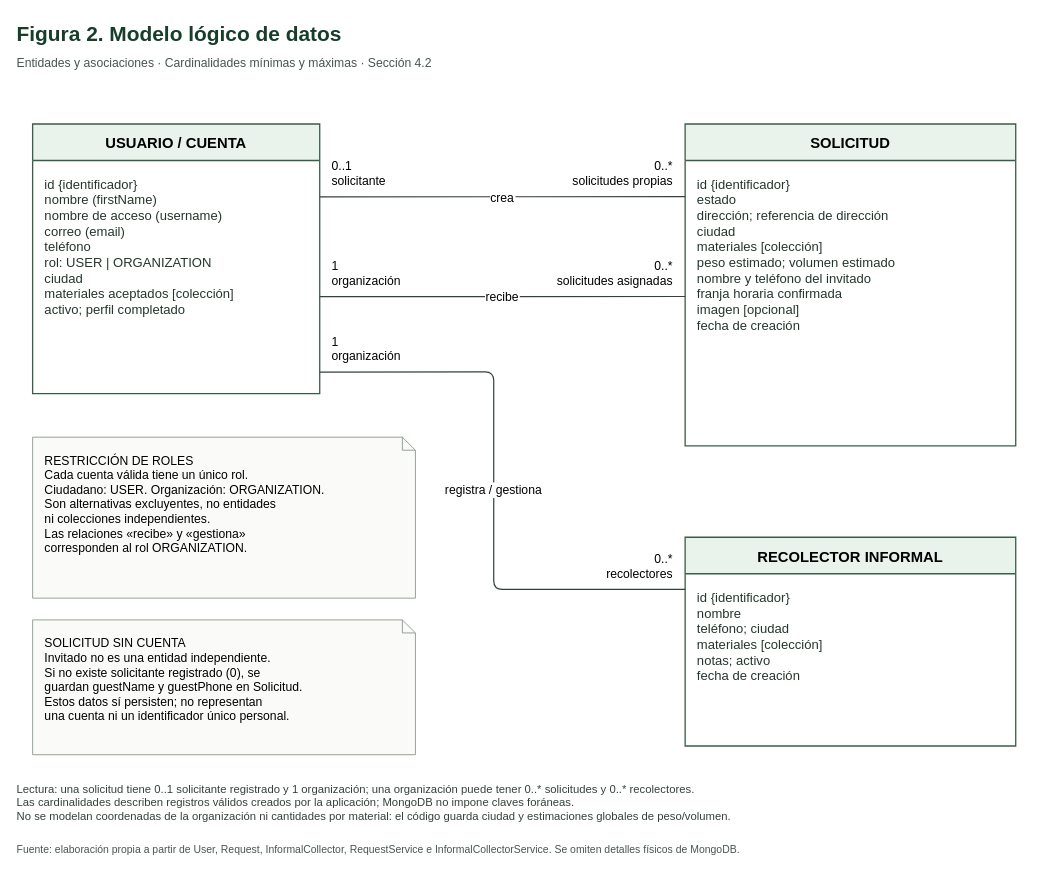
fedegonc/residuosolido keeps this draw.io diagram as docs/diagrams/figura2-modelo-logico.drawio. Above is the earlier version. Source tidied: cells renumbered, new cells numbered last; positions are measured from the earlier drawing's top-left corner, leaving out a move shared by most shapes. Both pictures are drawn from the tidied source at 87%, with x=0, y=0 at pixel (15, 15).
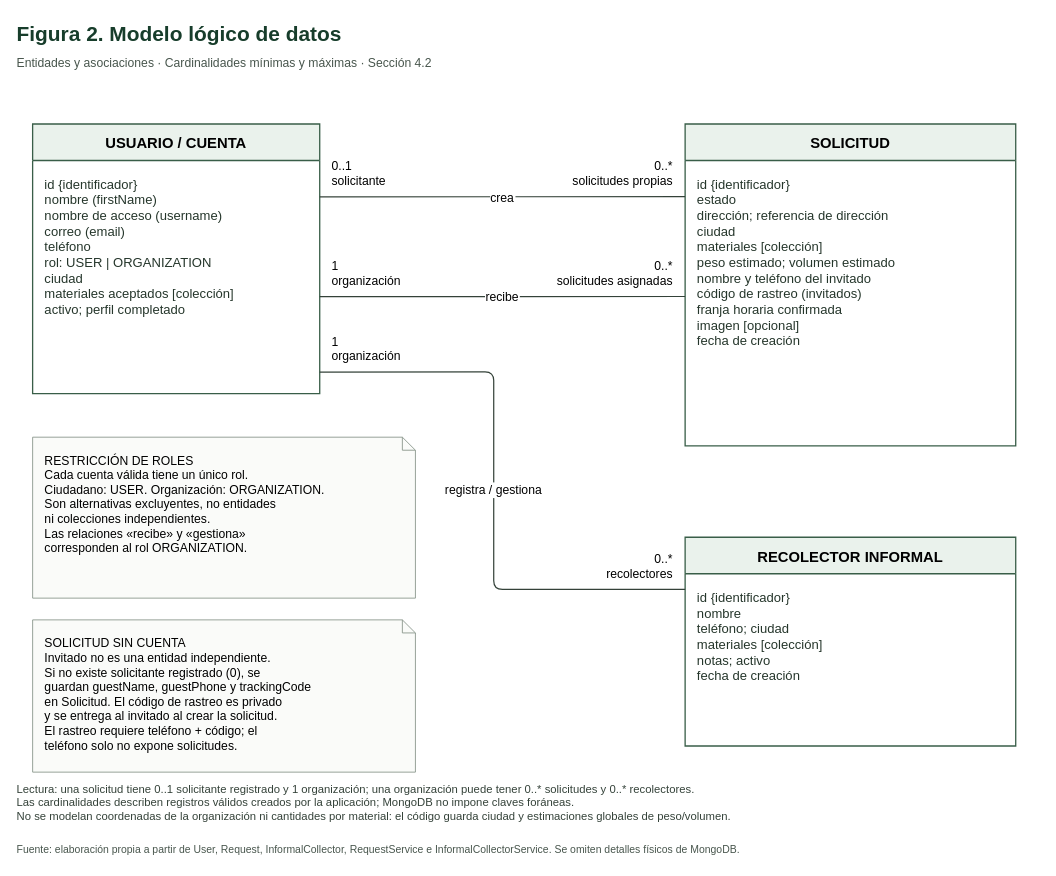
Above is the later version.

Commit message (it also covers changes not shown here):
docs: actualizar diagramas con código de rastreo y relaciones <<include>>

The change refers to these unchanged cells:
```xml
<mxCell id="6" value="SOLICITUD" style="swimlane;startSize=42;horizontal=1;rounded=0;html=0;fontFamily=Helvetica;fontSize=17;fontStyle=1;fillColor=#eaf2ec;swimlaneFillColor=#ffffff;strokeColor=#395e48;strokeWidth=1.5;" parent="1" vertex="1">
  <mxGeometry x="770" y="125" width="380" height="370" as="geometry" />
</mxCell>
```

The edit, as a diff of the source:
```diff
@@
-    <mxCell id="7" value="id {identificador}&#10;estado&#10;dirección; referencia de dirección&#10;ciudad&#10;materiales [colección]&#10;peso estimado; volumen estimado&#10;nombre y teléfono del invitado&#10;franja horaria confirmada&#10;imagen [opcional]&#10;fecha de creación" style="text;html=0;whiteSpace=wrap;align=left;verticalAlign=top;spacing=14;fontFamily=Helvetica;fontSize=15;fontColor=#25362b;" parent="6" vertex="1">
+    <mxCell id="7" value="id {identificador}&#10;estado&#10;dirección; referencia de dirección&#10;ciudad&#10;materiales [colección]&#10;peso estimado; volumen estimado&#10;nombre y teléfono del invitado&#10;código de rastreo (invitados)&#10;franja horaria confirmada&#10;imagen [opcional]&#10;fecha de creación" style="text;html=0;whiteSpace=wrap;align=left;verticalAlign=top;spacing=14;fontFamily=Helvetica;fontSize=15;fontColor=#25362b;" parent="6" vertex="1">
       <mxGeometry y="42" width="380" height="328" as="geometry" />
     </mxCell>
@@
-    <mxCell id="20" value="SOLICITUD SIN CUENTA&#10;Invitado no es una entidad independiente.&#10;Si no existe solicitante registrado (0), se&#10;guardan guestName y guestPhone en Solicitud.&#10;Estos datos sí persisten; no representan&#10;una cuenta ni un identificador único personal." style="shape=note;size=15;whiteSpace=wrap;html=0;align=left;verticalAlign=top;spacing=14;fontFamily=Helvetica;fontSize=14;fillColor=#fafbf9;strokeColor=#87948a;" parent="1" vertex="1">
-      <mxGeometry x="20" y="695" width="440" height="155" as="geometry" />
+    <mxCell id="20" value="SOLICITUD SIN CUENTA&#10;Invitado no es una entidad independiente.&#10;Si no existe solicitante registrado (0), se&#10;guardan guestName, guestPhone y trackingCode&#10;en Solicitud. El código de rastreo es privado&#10;y se entrega al invitado al crear la solicitud.&#10;El rastreo requiere teléfono + código; el&#10;teléfono solo no expone solicitudes." style="shape=note;size=15;whiteSpace=wrap;html=0;align=left;verticalAlign=top;spacing=14;fontFamily=Helvetica;fontSize=14;fillColor=#fafbf9;strokeColor=#87948a;" parent="1" vertex="1">
+      <mxGeometry x="20" y="695" width="440" height="175" as="geometry" />
     </mxCell>
```
